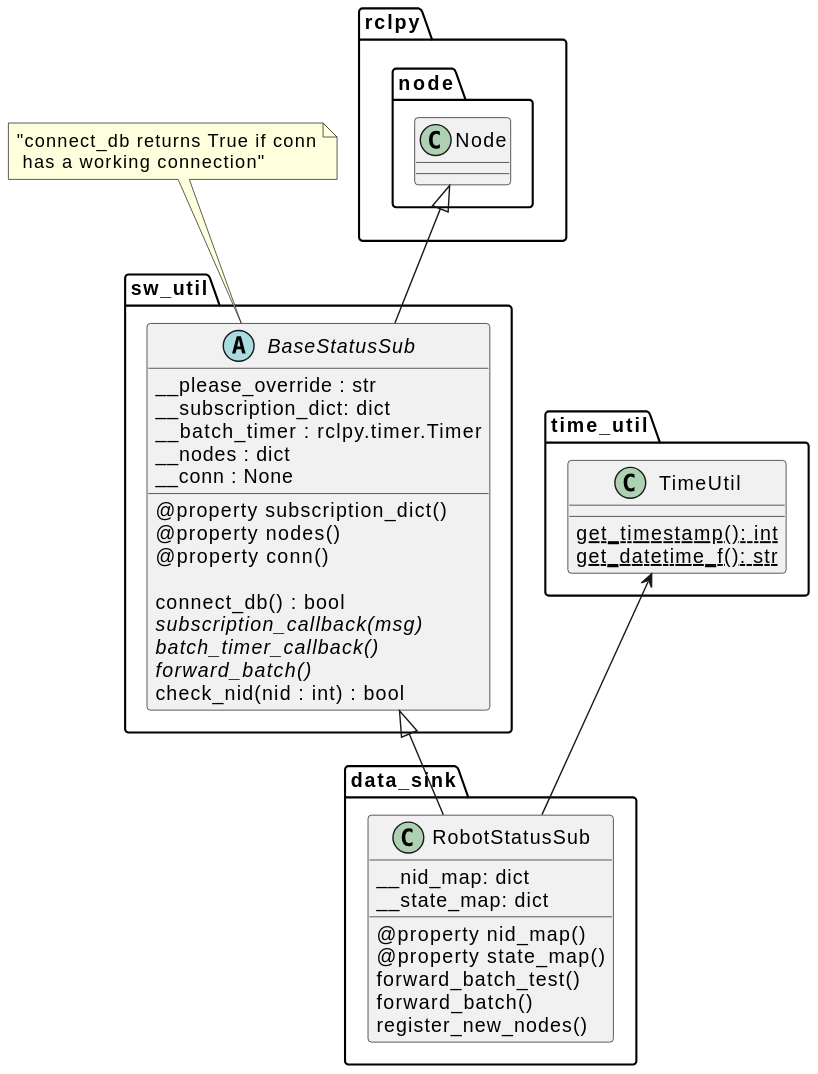
Nilssteingraeber/SolarSwarmNetworks keeps this PlantUML diagram as Dokumentation/Diagramme_intern/data_sink_class diagram.svg. Above is the earlier version. Its diagram source:
```plantuml
@startuml
package "rclpy.node" {
  class Node
}

package "time_util" {
  class TimeUtil {
    {static} get_timestamp(): int
    {static} get_datetime_f(): str
  }
}

package "sw_util" {
  abstract class BaseStatusSub {
    __please_override : str
    __subscription_dict: dict
    __batch_timer : rclpy.timer.Timer
    __nodes : dict
    __conn : None

    @property subscription_dict()
    @property nodes()
    @property conn()

    connect_db() : bool
    {abstract} subscription_callback(msg)
    {abstract} batch_timer_callback()
    {abstract} forward_batch()
    check_nid(nid : int) : bool
  }
}

note top of BaseStatusSub : "connect_db returns True if conn\n has a working connection"

package "data_sink" {
  class RobotStatusSub {
    __nid_map: dict
    __state_map: dict
    @property nid_map()
    @property state_map()
    forward_batch_test()
    forward_batch()
    register_new_nodes()
  }
}

Node <|-- BaseStatusSub
BaseStatusSub <|-- RobotStatusSub
TimeUtil <-- RobotStatusSub
@enduml
```
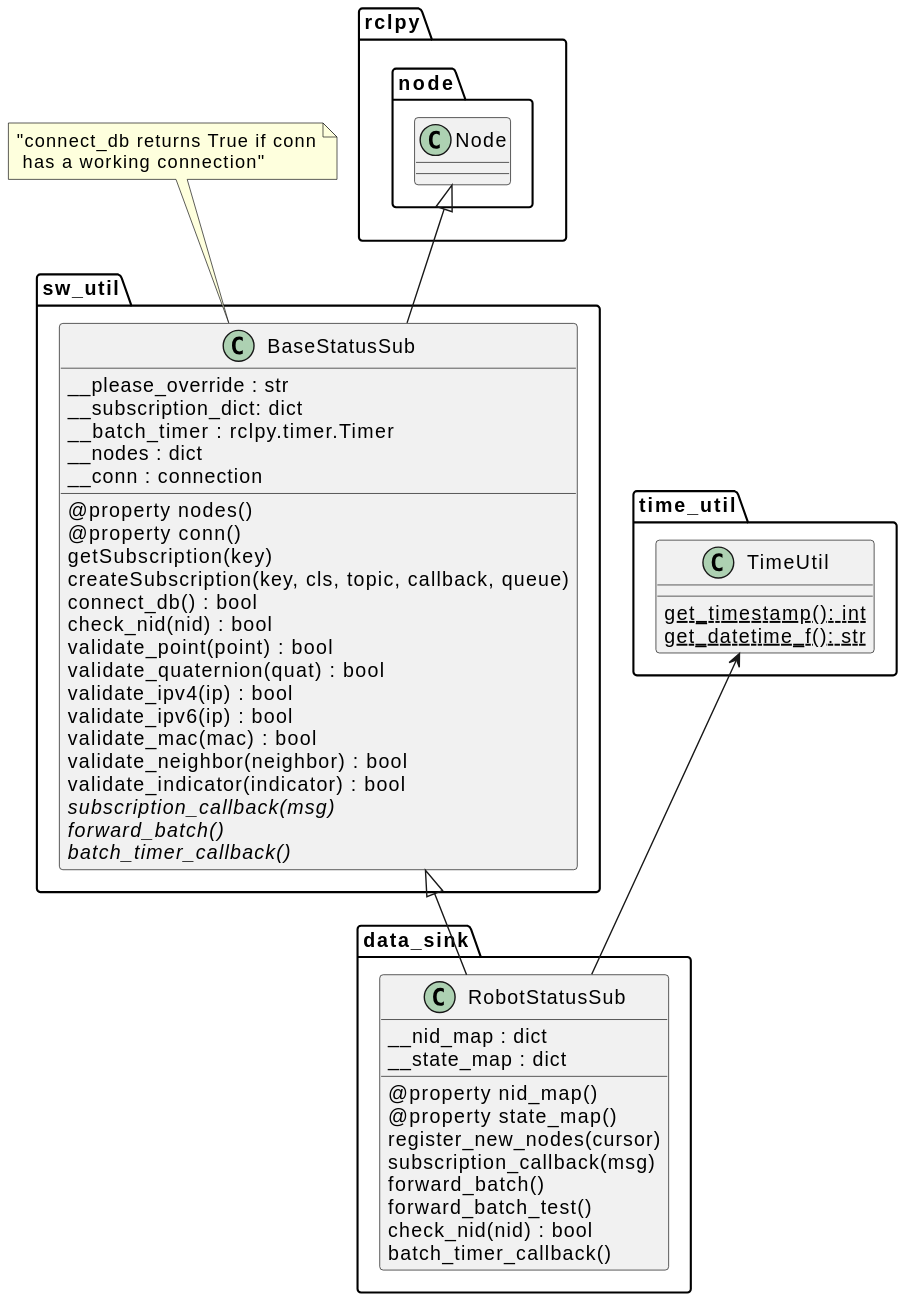
After the change.

The edit, as a diff of the source:
```diff
@@ -11,22 +11,29 @@
 }
 
 package "sw_util" {
-  abstract class BaseStatusSub {
+  class BaseStatusSub {
     __please_override : str
     __subscription_dict: dict
     __batch_timer : rclpy.timer.Timer
     __nodes : dict
-    __conn : None
+    __conn : connection
 
-    @property subscription_dict()
     @property nodes()
     @property conn()
-
+    getSubscription(key)
+    createSubscription(key, cls, topic, callback, queue)
     connect_db() : bool
+    check_nid(nid) : bool
+    validate_point(point) : bool
+    validate_quaternion(quat) : bool
+    validate_ipv4(ip) : bool
+    validate_ipv6(ip) : bool
+    validate_mac(mac) : bool
+    validate_neighbor(neighbor) : bool
+    validate_indicator(indicator) : bool
     {abstract} subscription_callback(msg)
+    {abstract} forward_batch()
     {abstract} batch_timer_callback()
-    {abstract} forward_batch()
-    check_nid(nid : int) : bool
   }
 }
 
@@ -34,13 +41,17 @@
 
 package "data_sink" {
   class RobotStatusSub {
-    __nid_map: dict
-    __state_map: dict
+    __nid_map : dict
+    __state_map : dict
+
     @property nid_map()
     @property state_map()
+    register_new_nodes(cursor)
+    subscription_callback(msg)
+    forward_batch()
     forward_batch_test()
-    forward_batch()
-    register_new_nodes()
+    check_nid(nid) : bool
+    batch_timer_callback()
   }
 }
 
```
